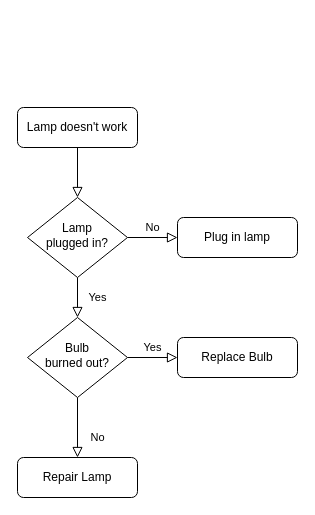
Above: Untitled Diagram.drawio in bogan-FMA/pdfs (draw.io), before the change. Source tidied: cells renumbered, new cells numbered last; positions are measured from the earlier drawing's top-left corner, leaving out a move shared by most shapes. Both pictures are drawn from the tidied source at 100%, with x=0, y=0 at pixel (17, 107).
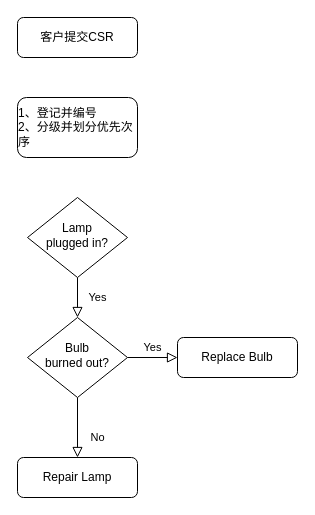
The same diagram, later.

What changed in the source:
```diff
@@
 <mxGraphModel>
   <root>
     <mxCell id="0" />
     <mxCell id="1" parent="0" />
-    <mxCell id="2" style="rounded=0;html=1;jettySize=auto;fontSize=11;endArrow=block;endFill=0;endSize=8;strokeWidth=1;shadow=0;labelBackgroundColor=none;edgeStyle=orthogonalEdgeStyle;" parent="1" edge="1" source="3" target="6">
-      <mxGeometry relative="1" as="geometry" />
-    </mxCell>
-    <mxCell id="3" value="Lamp doesn't work" style="rounded=1;whiteSpace=wrap;html=1;fontSize=12;glass=0;strokeWidth=1;shadow=0;" parent="1" vertex="1">
-      <mxGeometry width="120" height="40" as="geometry" />
+    <mxCell id="3" value="客户提交CSR" style="rounded=1;whiteSpace=wrap;html=1;fontSize=12;glass=0;strokeWidth=1;shadow=0;" parent="1" vertex="1">
+      <mxGeometry y="-90" width="120" height="40" as="geometry" />
     </mxCell>
     <mxCell id="4" value="Yes" style="rounded=0;html=1;jettySize=auto;fontSize=11;endArrow=block;endFill=0;endSize=8;strokeWidth=1;shadow=0;labelBackgroundColor=none;edgeStyle=orthogonalEdgeStyle;" parent="1" edge="1" source="6" target="10">
       <mxGeometry y="20" relative="1" as="geometry" />
     </mxCell>
-    <mxCell id="5" value="No" style="edgeStyle=orthogonalEdgeStyle;rounded=0;html=1;jettySize=auto;fontSize=11;endArrow=block;endFill=0;endSize=8;strokeWidth=1;shadow=0;labelBackgroundColor=none;" parent="1" edge="1" source="6" target="7">
-      <mxGeometry y="10" relative="1" as="geometry" />
-    </mxCell>
     <mxCell id="6" value="Lamp&lt;br&gt;plugged in?" style="rhombus;whiteSpace=wrap;html=1;shadow=0;fontFamily=Helvetica;fontSize=12;align=center;strokeWidth=1;spacing=6;spacingTop=-4;" parent="1" vertex="1">
       <mxGeometry x="10" y="90" width="100" height="80" as="geometry" />
     </mxCell>
-    <mxCell id="7" value="Plug in lamp" style="rounded=1;whiteSpace=wrap;html=1;fontSize=12;glass=0;strokeWidth=1;shadow=0;" parent="1" vertex="1">
-      <mxGeometry x="160" y="110" width="120" height="40" as="geometry" />
-    </mxCell>
     <mxCell id="8" value="No" style="rounded=0;html=1;jettySize=auto;fontSize=11;endArrow=block;endFill=0;endSize=8;strokeWidth=1;shadow=0;labelBackgroundColor=none;edgeStyle=orthogonalEdgeStyle;" parent="1" edge="1" source="10" target="11">
       <mxGeometry x="0.33" y="20" relative="1" as="geometry" />
     </mxCell>
     <mxCell id="9" value="Yes" style="edgeStyle=orthogonalEdgeStyle;rounded=0;html=1;jettySize=auto;fontSize=11;endArrow=block;endFill=0;endSize=8;strokeWidth=1;shadow=0;labelBackgroundColor=none;" parent="1" edge="1" source="10" target="12">
       <mxGeometry y="10" relative="1" as="geometry" />
     </mxCell>
     <mxCell id="10" value="Bulb&lt;br&gt;burned out?" style="rhombus;whiteSpace=wrap;html=1;shadow=0;fontFamily=Helvetica;fontSize=12;align=center;strokeWidth=1;spacing=6;spacingTop=-4;" parent="1" vertex="1">
       <mxGeometry x="10" y="210" width="100" height="80" as="geometry" />
     </mxCell>
     <mxCell id="11" value="Repair Lamp" style="rounded=1;whiteSpace=wrap;html=1;fontSize=12;glass=0;strokeWidth=1;shadow=0;" parent="1" vertex="1">
       <mxGeometry y="350" width="120" height="40" as="geometry" />
     </mxCell>
     <mxCell id="12" value="Replace Bulb" style="rounded=1;whiteSpace=wrap;html=1;fontSize=12;glass=0;strokeWidth=1;shadow=0;" parent="1" vertex="1">
       <mxGeometry x="160" y="230" width="120" height="40" as="geometry" />
     </mxCell>
+    <mxCell id="13" value="&lt;div style=&quot;text-align: left&quot;&gt;1、登记并编号&lt;/div&gt;&lt;div style=&quot;text-align: left&quot;&gt;2、分级并划分优先次序&lt;/div&gt;" style="rounded=1;whiteSpace=wrap;html=1;fontSize=12;glass=0;strokeWidth=1;shadow=0;" parent="1" vertex="1">
+      <mxGeometry y="-10" width="120" height="60" as="geometry" />
+    </mxCell>
   </root>
 </mxGraphModel>
```
